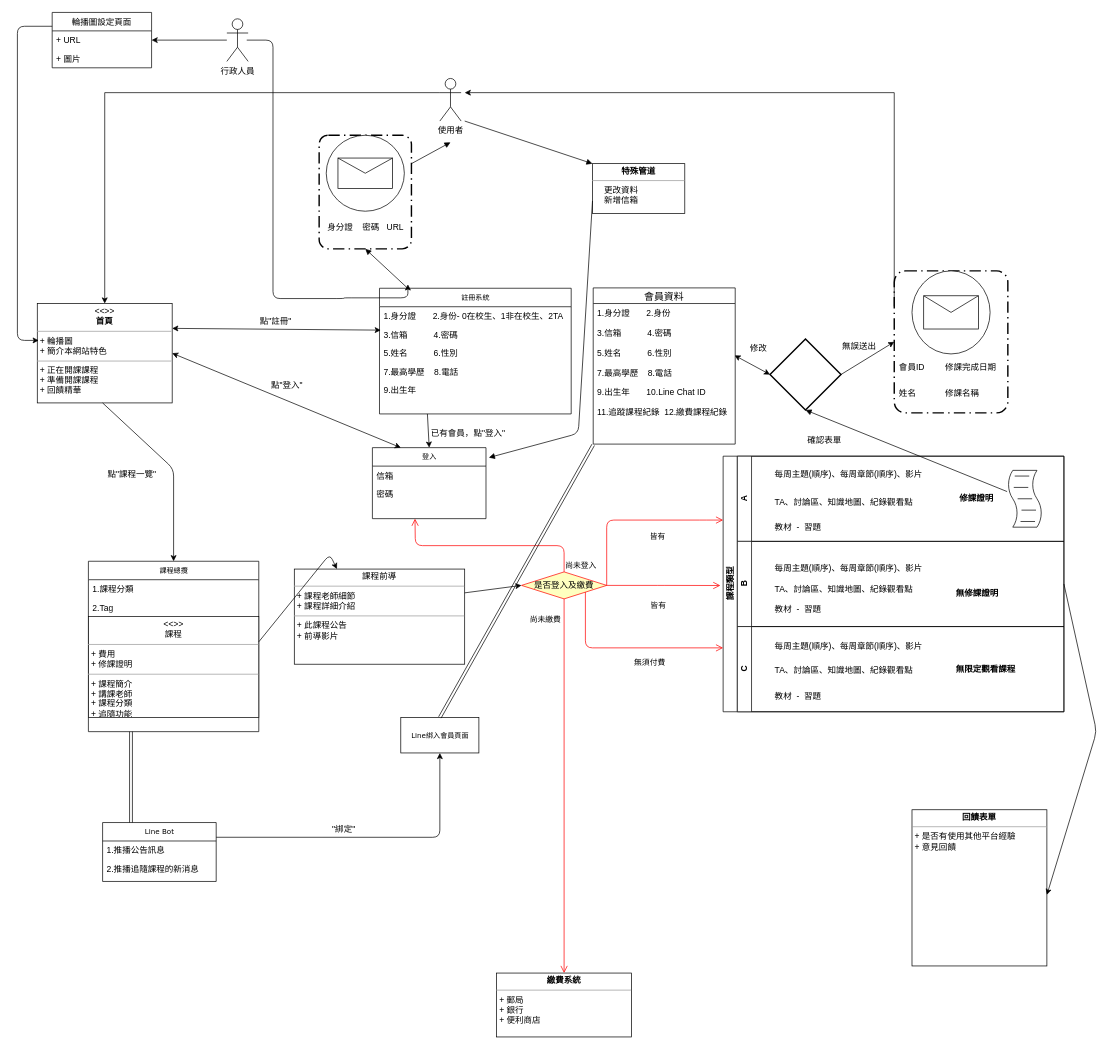
Above: nthu_cloud.drawio in bloodangle/fisrt (draw.io), before the change. Source tidied: cells renumbered, new cells numbered last; positions are measured from the earlier drawing's top-left corner, leaving out a move shared by most shapes. Both pictures are drawn from the tidied source at 71%, with x=0, y=0 at pixel (17, 12).
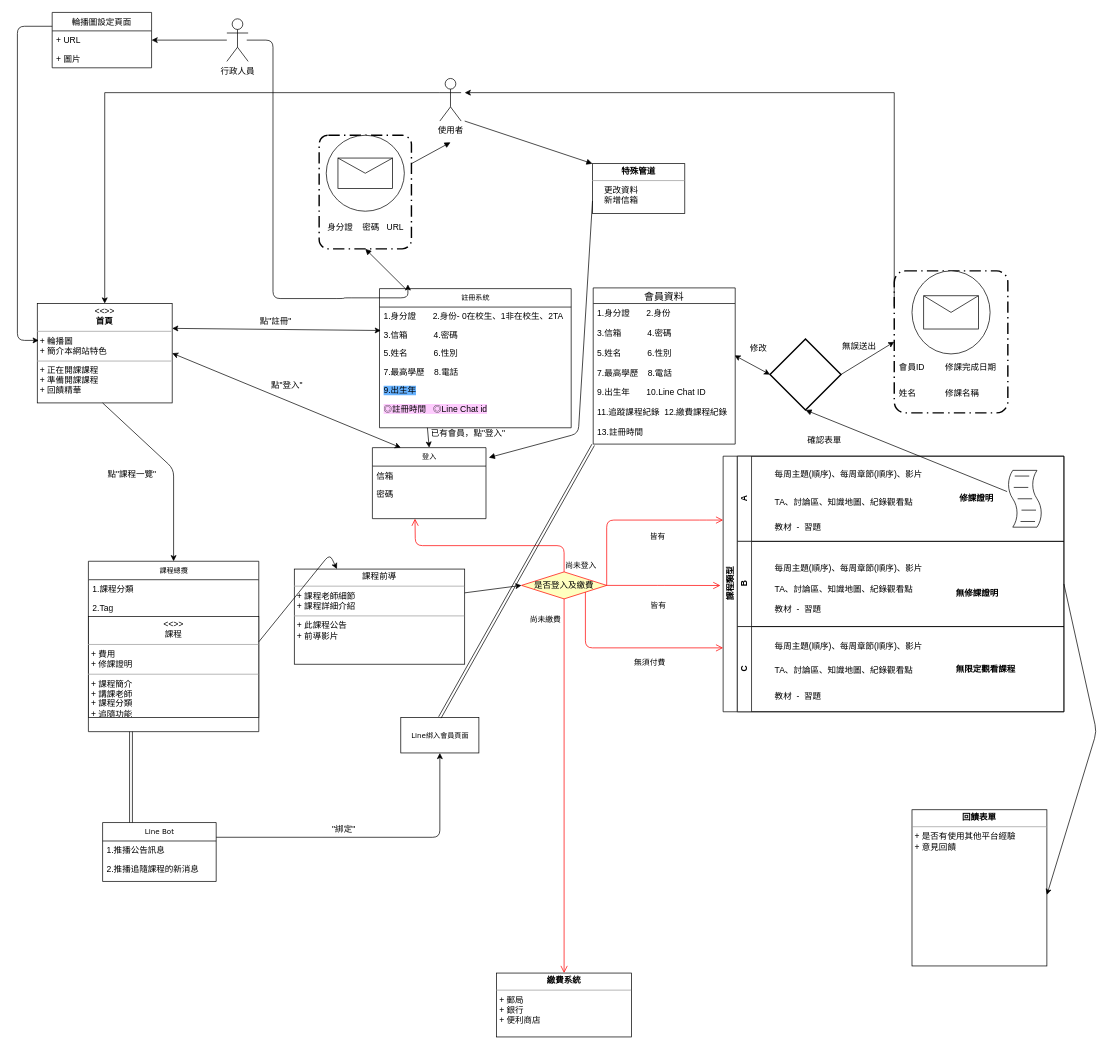
The same diagram, later.

Unchanged cells that the change refers to:
```xml
<mxCell id="72" value="會員資料" style="swimlane;fontStyle=0;horizontal=1;startSize=22;fillColor=none;swimlaneFillColor=#ffffff;align=center;fontSize=14;" parent="1" vertex="1">
  <mxGeometry x="811" y="388" width="200" height="220" as="geometry" />
</mxCell>
```

Diff of the diagram source:
```diff
@@
     <mxCell id="18" value="註冊系統" style="swimlane;html=1;fontStyle=0;horizontal=1;startSize=26;fillColor=none;swimlaneFillColor=#ffffff;rounded=0;shadow=0;comic=0;labelBackgroundColor=none;strokeColor=#000000;strokeWidth=1;fontFamily=Verdana;fontSize=10;fontColor=#000000;align=center;" parent="1" vertex="1">
-      <mxGeometry x="510" y="388.5" width="270" height="177" as="geometry" />
+      <mxGeometry x="510" y="389" width="270" height="196" as="geometry" />
     </mxCell>
@@
-    <mxCell id="23" value="9.出生年" style="text;html=1;strokeColor=none;fillColor=none;align=left;verticalAlign=top;spacingLeft=4;spacingRight=4;whiteSpace=wrap;overflow=hidden;" parent="18" vertex="1">
+    <mxCell id="23" value="&lt;span style=&quot;background-color: rgb(102 , 178 , 255)&quot;&gt;9.出生年&lt;/span&gt;" style="text;html=1;strokeColor=none;fillColor=none;align=left;verticalAlign=top;spacingLeft=4;spacingRight=4;whiteSpace=wrap;overflow=hidden;" parent="18" vertex="1">
       <mxGeometry y="130" width="270" height="26" as="geometry" />
     </mxCell>
+    <mxCell id="94" value="&lt;span style=&quot;background-color: rgb(255 , 204 , 255)&quot;&gt;◎註冊時間&amp;nbsp; &amp;nbsp;◎Line Chat id&lt;/span&gt;" style="text;html=1;strokeColor=none;fillColor=none;align=left;verticalAlign=top;spacingLeft=4;spacingRight=4;whiteSpace=wrap;overflow=hidden;" parent="18" vertex="1">
+      <mxGeometry y="156" width="270" height="26" as="geometry" />
+    </mxCell>
@@
-    <mxCell id="73" value="1.身分證       2.身份&#10;&#10;3.信箱           4.密碼&#10;&#10;5.姓名           6.性別&#10;&#10;7.最高學歷    8.電話&#10;&#10;9.出生年       10.Line Chat ID&#10;&#10;11.追蹤課程紀錄  12.繳費課程紀錄" style="text;strokeColor=none;fillColor=none;spacingLeft=4;spacingRight=4;overflow=hidden;fontSize=12;" parent="72" vertex="1">
+    <mxCell id="73" value="1.身分證       2.身份&#10;&#10;3.信箱           4.密碼&#10;&#10;5.姓名           6.性別&#10;&#10;7.最高學歷    8.電話&#10;&#10;9.出生年       10.Line Chat ID&#10;&#10;11.追蹤課程紀錄  12.繳費課程紀錄&#10;&#10;13.註冊時間&#10;" style="text;strokeColor=none;fillColor=none;spacingLeft=4;spacingRight=4;overflow=hidden;fontSize=12;" parent="72" vertex="1">
       <mxGeometry y="22" width="200" height="198" as="geometry" />
     </mxCell>
```
